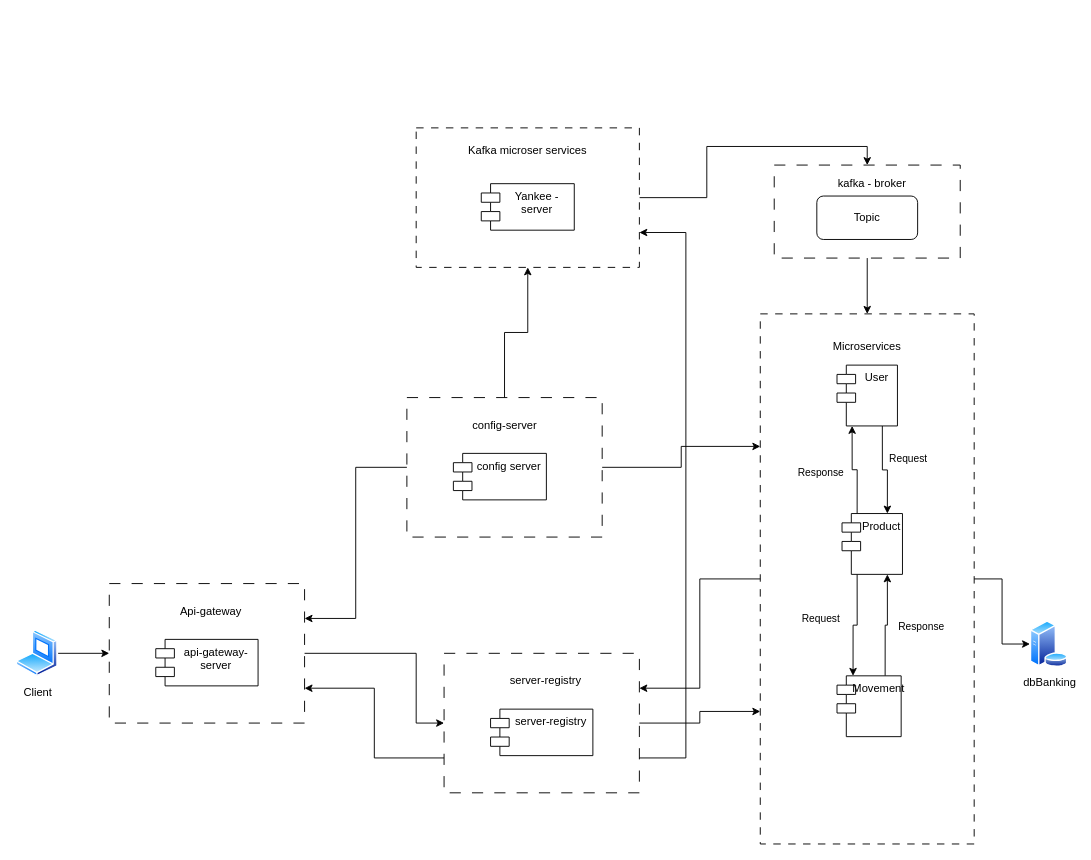
Before: Diagrama de arquitectura.drawio in Bootcamp49/Diagrams, a draw.io diagram. Source tidied: cells renumbered, new cells numbered last; positions are measured from the earlier drawing's top-left corner, leaving out a move shared by most shapes. Both pictures are drawn from the tidied source at 93%, with x=0, y=0 at pixel (16, 127).
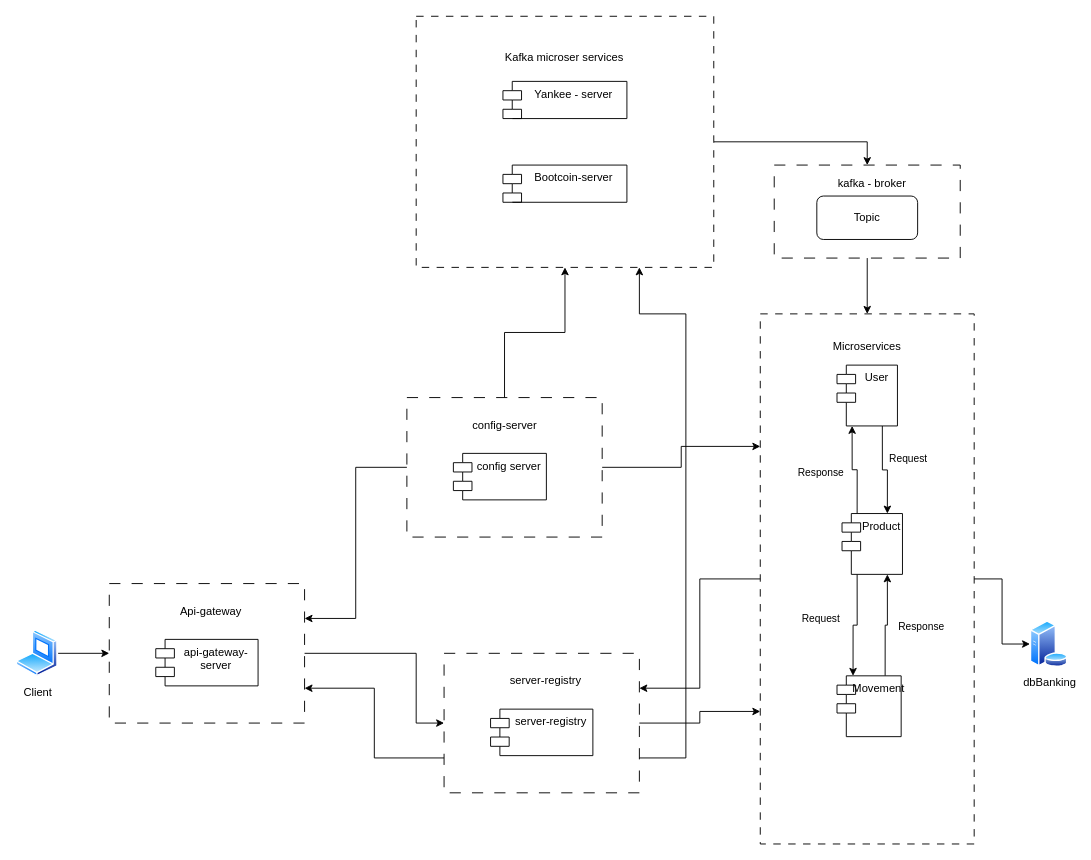
The same diagram, later.

Commit message (it also covers changes not shown here):
Udpated architecture diagrams

The change refers to these unchanged cells:
```xml
<mxCell id="25" style="rounded=0;whiteSpace=wrap;html=1;dashed=1;dashPattern=12 12;" parent="24" vertex="1">
  <mxGeometry width="210" height="150" as="geometry" />
</mxCell>
```

Change to the diagram source:
```diff
@@
     <mxCell id="44" style="group;" parent="1" vertex="1">
-      <mxGeometry x="430" width="240" height="150" as="geometry" />
+      <mxGeometry x="430" y="-120" width="320" height="270" as="geometry" />
     </mxCell>
     <mxCell id="45" style="rounded=0;whiteSpace=wrap;html=1;dashed=1;dashPattern=8 8;" parent="44" vertex="1">
-      <mxGeometry width="240" height="150" as="geometry" />
+      <mxGeometry width="320" height="270" as="geometry" />
     </mxCell>
     <mxCell id="46" value="Yankee - server" style="shape=module;align=left;spacingLeft=20;align=center;verticalAlign=top;whiteSpace=wrap;html=1;" parent="44" vertex="1">
-      <mxGeometry x="70" y="60" width="100" height="50" as="geometry" />
+      <mxGeometry x="93.3" y="70" width="133.3" height="40" as="geometry" />
     </mxCell>
     <mxCell id="47" value="Kafka microser services" style="text;html=1;strokeColor=none;fillColor=none;align=center;verticalAlign=middle;whiteSpace=wrap;rounded=0;" parent="44" vertex="1">
-      <mxGeometry x="55" y="10" width="130" height="30" as="geometry" />
+      <mxGeometry x="73.3" y="18" width="173.3" height="54" as="geometry" />
     </mxCell>
+    <mxCell id="50" value="Bootcoin-server" style="shape=module;align=left;spacingLeft=20;align=center;verticalAlign=top;whiteSpace=wrap;html=1;" parent="44" vertex="1">
+      <mxGeometry x="93.3" y="160" width="133.3" height="40" as="geometry" />
+    </mxCell>
-    <mxCell id="48" style="edgeStyle=orthogonalEdgeStyle;rounded=0;jettySize=auto;html=1;entryX=1;entryY=0.75;entryDx=0;entryDy=0;exitX=1;exitY=0.75;exitDx=0;exitDy=0;" parent="1" edge="1" source="25" target="45">
+    <mxCell id="48" style="edgeStyle=orthogonalEdgeStyle;rounded=0;jettySize=auto;html=1;entryX=0.75;entryY=1;entryDx=0;entryDy=0;exitX=1;exitY=0.75;exitDx=0;exitDy=0;" parent="1" edge="1" source="25" target="45">
       <mxGeometry relative="1" as="geometry">
         <Array as="points">
           <mxPoint x="720" y="677" />
-          <mxPoint x="720" y="112" />
+          <mxPoint x="720" y="200" />
+          <mxPoint x="670" y="200" />
         </Array>
       </mxGeometry>
     </mxCell>
```
